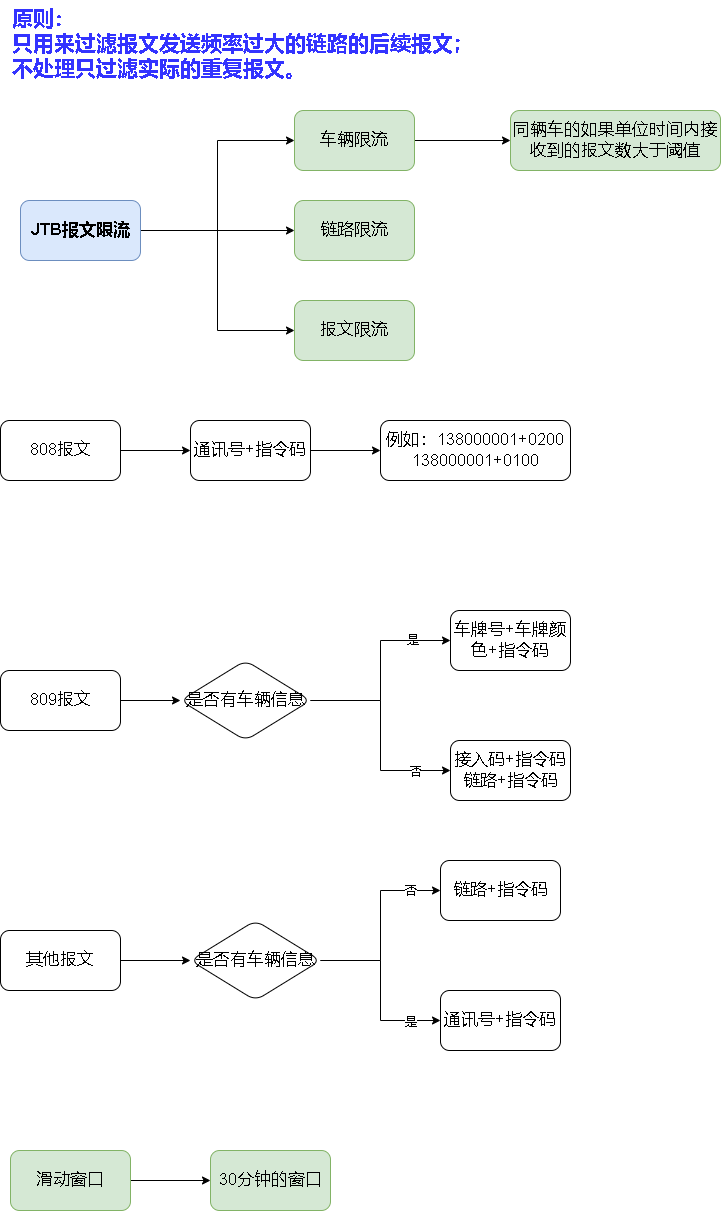
Above: jtb报文限流.drawio.png in xktder/draw (draw.io), before the change. Source tidied: cells renumbered, new cells last; positions are measured from the earlier drawing's top-left corner, leaving out a move shared by most shapes.
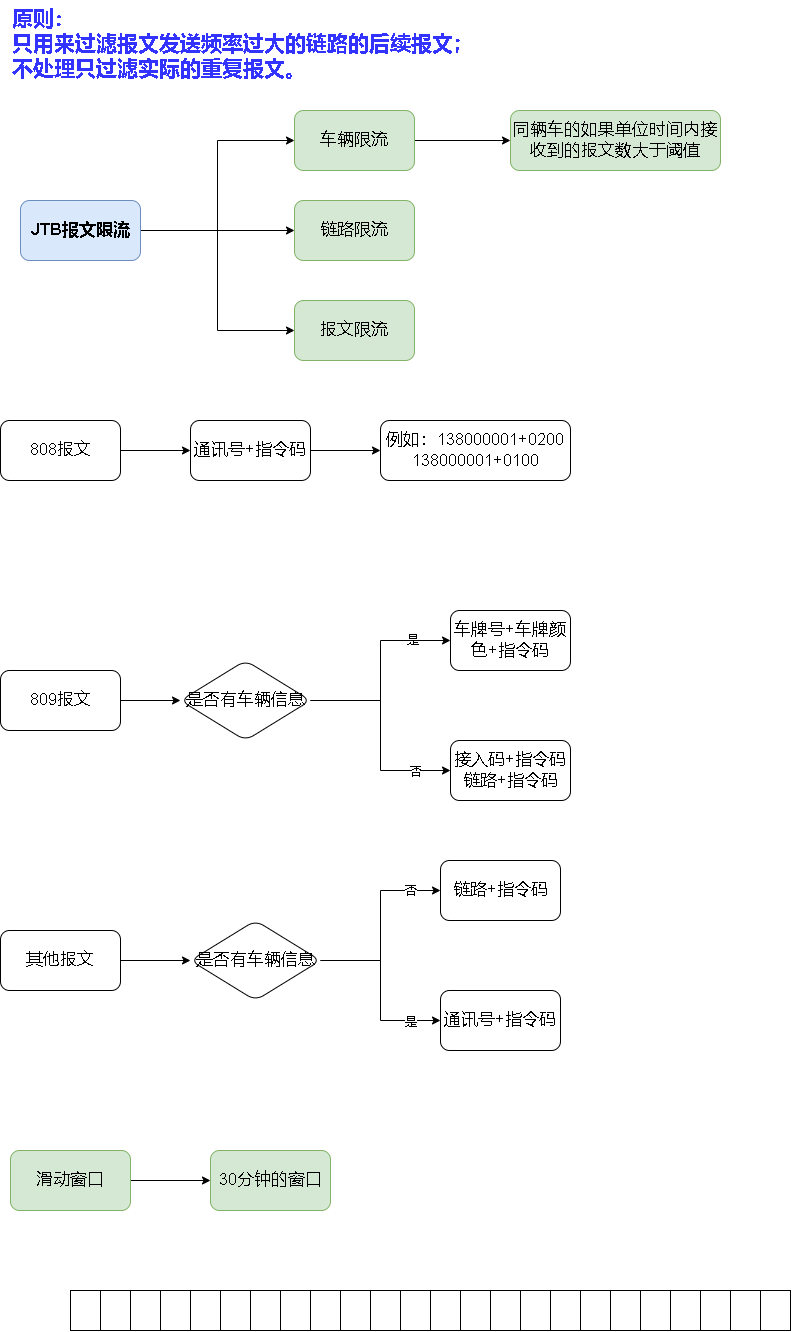
Above is the later version.

Commit message:
更新jtb报文限流.drawio.png

Change to the diagram source:
```diff
@@ -118,5 +118,77 @@
     <mxCell id="37" value="30分钟的窗口" style="rounded=1;whiteSpace=wrap;html=1;fontSize=17;fillColor=#d5e8d4;strokeColor=#82b366;" parent="1" vertex="1">
       <mxGeometry x="210" y="1150" width="120" height="60" as="geometry" />
     </mxCell>
+    <mxCell id="38" style="rounded=0;whiteSpace=wrap;html=1;fontSize=12;fontColor=#000000;" parent="1" vertex="1">
+      <mxGeometry x="70" y="1290" width="30" height="40" as="geometry" />
+    </mxCell>
+    <mxCell id="39" style="rounded=0;whiteSpace=wrap;html=1;fontSize=12;fontColor=#000000;" parent="1" vertex="1">
+      <mxGeometry x="100" y="1290" width="30" height="40" as="geometry" />
+    </mxCell>
+    <mxCell id="40" style="rounded=0;whiteSpace=wrap;html=1;fontSize=12;fontColor=#000000;" parent="1" vertex="1">
+      <mxGeometry x="130" y="1290" width="30" height="40" as="geometry" />
+    </mxCell>
+    <mxCell id="41" style="rounded=0;whiteSpace=wrap;html=1;fontSize=12;fontColor=#000000;" parent="1" vertex="1">
+      <mxGeometry x="160" y="1290" width="30" height="40" as="geometry" />
+    </mxCell>
+    <mxCell id="42" style="rounded=0;whiteSpace=wrap;html=1;fontSize=12;fontColor=#000000;" parent="1" vertex="1">
+      <mxGeometry x="190" y="1290" width="30" height="40" as="geometry" />
+    </mxCell>
+    <mxCell id="43" style="rounded=0;whiteSpace=wrap;html=1;fontSize=12;fontColor=#000000;" parent="1" vertex="1">
+      <mxGeometry x="220" y="1290" width="30" height="40" as="geometry" />
+    </mxCell>
+    <mxCell id="44" style="rounded=0;whiteSpace=wrap;html=1;fontSize=12;fontColor=#000000;" parent="1" vertex="1">
+      <mxGeometry x="250" y="1290" width="30" height="40" as="geometry" />
+    </mxCell>
+    <mxCell id="45" style="rounded=0;whiteSpace=wrap;html=1;fontSize=12;fontColor=#000000;" parent="1" vertex="1">
+      <mxGeometry x="280" y="1290" width="30" height="40" as="geometry" />
+    </mxCell>
+    <mxCell id="46" style="rounded=0;whiteSpace=wrap;html=1;fontSize=12;fontColor=#000000;" parent="1" vertex="1">
+      <mxGeometry x="310" y="1290" width="30" height="40" as="geometry" />
+    </mxCell>
+    <mxCell id="47" style="rounded=0;whiteSpace=wrap;html=1;fontSize=12;fontColor=#000000;" parent="1" vertex="1">
+      <mxGeometry x="340" y="1290" width="30" height="40" as="geometry" />
+    </mxCell>
+    <mxCell id="48" style="rounded=0;whiteSpace=wrap;html=1;fontSize=12;fontColor=#000000;" parent="1" vertex="1">
+      <mxGeometry x="370" y="1290" width="30" height="40" as="geometry" />
+    </mxCell>
+    <mxCell id="49" style="rounded=0;whiteSpace=wrap;html=1;fontSize=12;fontColor=#000000;" parent="1" vertex="1">
+      <mxGeometry x="400" y="1290" width="30" height="40" as="geometry" />
+    </mxCell>
+    <mxCell id="50" style="rounded=0;whiteSpace=wrap;html=1;fontSize=12;fontColor=#000000;" parent="1" vertex="1">
+      <mxGeometry x="430" y="1290" width="30" height="40" as="geometry" />
+    </mxCell>
+    <mxCell id="51" style="rounded=0;whiteSpace=wrap;html=1;fontSize=12;fontColor=#000000;" parent="1" vertex="1">
+      <mxGeometry x="460" y="1290" width="30" height="40" as="geometry" />
+    </mxCell>
+    <mxCell id="52" style="rounded=0;whiteSpace=wrap;html=1;fontSize=12;fontColor=#000000;" parent="1" vertex="1">
+      <mxGeometry x="490" y="1290" width="30" height="40" as="geometry" />
+    </mxCell>
+    <mxCell id="53" style="rounded=0;whiteSpace=wrap;html=1;fontSize=12;fontColor=#000000;" parent="1" vertex="1">
+      <mxGeometry x="520" y="1290" width="30" height="40" as="geometry" />
+    </mxCell>
+    <mxCell id="54" style="rounded=0;whiteSpace=wrap;html=1;fontSize=12;fontColor=#000000;" parent="1" vertex="1">
+      <mxGeometry x="550" y="1290" width="30" height="40" as="geometry" />
+    </mxCell>
+    <mxCell id="55" style="rounded=0;whiteSpace=wrap;html=1;fontSize=12;fontColor=#000000;" parent="1" vertex="1">
+      <mxGeometry x="580" y="1290" width="30" height="40" as="geometry" />
+    </mxCell>
+    <mxCell id="56" style="rounded=0;whiteSpace=wrap;html=1;fontSize=12;fontColor=#000000;" parent="1" vertex="1">
+      <mxGeometry x="610" y="1290" width="30" height="40" as="geometry" />
+    </mxCell>
+    <mxCell id="57" style="rounded=0;whiteSpace=wrap;html=1;fontSize=12;fontColor=#000000;" parent="1" vertex="1">
+      <mxGeometry x="640" y="1290" width="30" height="40" as="geometry" />
+    </mxCell>
+    <mxCell id="58" style="rounded=0;whiteSpace=wrap;html=1;fontSize=12;fontColor=#000000;" parent="1" vertex="1">
+      <mxGeometry x="670" y="1290" width="30" height="40" as="geometry" />
+    </mxCell>
+    <mxCell id="59" style="rounded=0;whiteSpace=wrap;html=1;fontSize=12;fontColor=#000000;" parent="1" vertex="1">
+      <mxGeometry x="700" y="1290" width="30" height="40" as="geometry" />
+    </mxCell>
+    <mxCell id="60" style="rounded=0;whiteSpace=wrap;html=1;fontSize=12;fontColor=#000000;" parent="1" vertex="1">
+      <mxGeometry x="730" y="1290" width="30" height="40" as="geometry" />
+    </mxCell>
+    <mxCell id="61" style="rounded=0;whiteSpace=wrap;html=1;fontSize=12;fontColor=#000000;" parent="1" vertex="1">
+      <mxGeometry x="760" y="1290" width="30" height="40" as="geometry" />
+    </mxCell>
   </root>
 </mxGraphModel>
```
